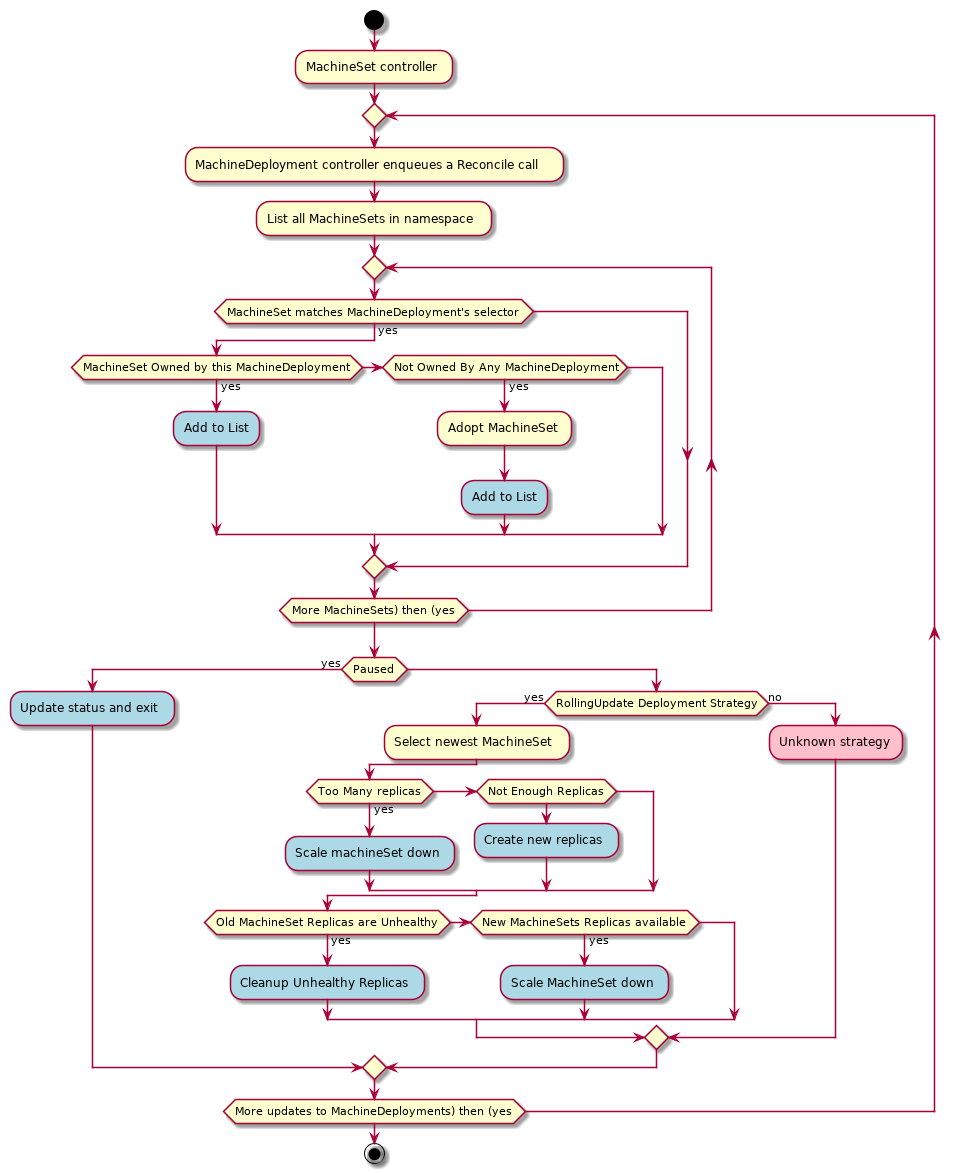
Above: docs/book/src/images/cluster-admission-machinedeployment-controller.png in kubernetes-sigs/cluster-api (PlantUML), before the change. The source it was exported from:
```plantuml
@startuml cluster-admission-machinedeployment-controller

start;
:MachineSet controller;

repeat
  :MachineDeployment controller enqueues a Reconcile call;
  :List all MachineSets in namespace;
  repeat
    if (MachineSet matches MachineDeployment's selector) then (yes)
      if (MachineSet Owned by this MachineDeployment) then (yes)
        #LightBlue:Add to List;
      elseif (Not Owned By Any MachineDeployment) then (yes)
        :Adopt MachineSet;
        #LightBlue:Add to List;
      endif
    endif
  repeat while (More MachineSets) then (yes)
  if (Paused) then (yes)
   #LightBlue:Update status and exit;
  else
    if (RollingUpdate Deployment Strategy) then (yes)
      :Select newest MachineSet;
      if (Too Many replicas) then (yes)
        #LightBlue:Scale machineSet down;
      elseif (Not Enough Replicas)
        #LightBlue:Create new replicas;
      endif
      if (Old MachineSet Replicas are Unhealthy) then (yes)
        #LightBlue:Cleanup Unhealthy Replicas;
      elseif (New MachineSets Replicas available) then (yes)
        #LightBlue:Scale MachineSet down;
      endif
    else (no)
      #Pink:Unknown strategy;
    endif
  endif
repeat while (More updates to MachineDeployments) then (yes)
stop;

@enduml
```
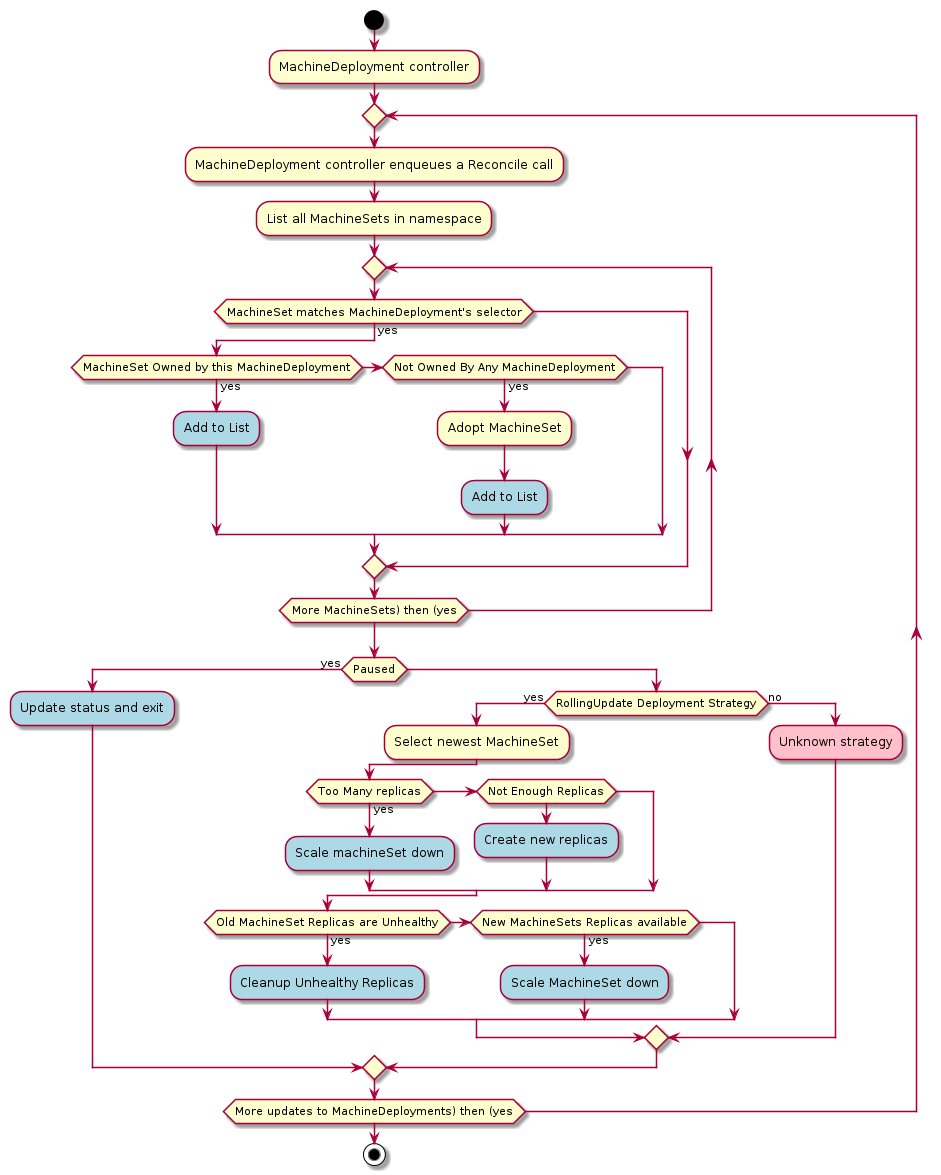
After the commit.

Commit message:
Update MachineDeployment controller image in docs

The edit, as a diff of the source:
```diff
@@ -1,7 +1,7 @@
 @startuml cluster-admission-machinedeployment-controller
 
 start;
-:MachineSet controller;
+:MachineDeployment controller;
 
 repeat
   :MachineDeployment controller enqueues a Reconcile call;
```
